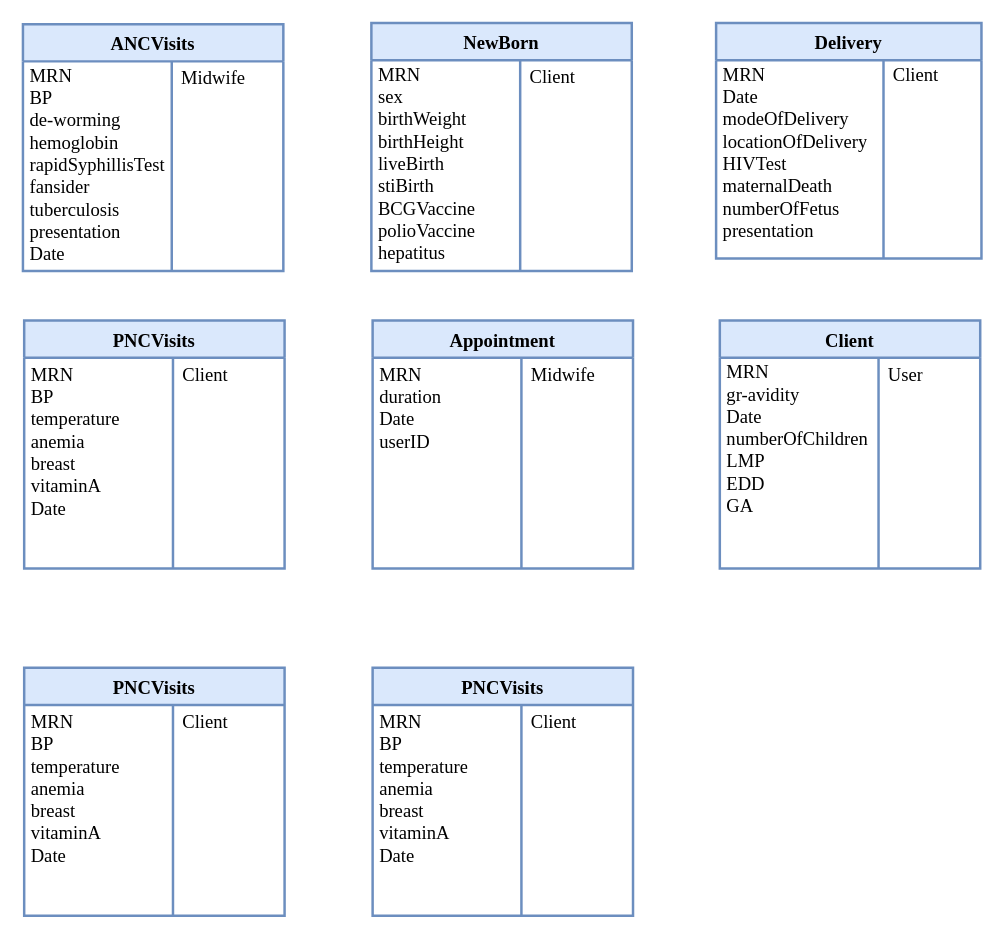
This is CRC Diagram.drawio from fasil712/UML_Diagram_Design, a draw.io file, before an edit. Source tidied: cells renumbered, new cells numbered last; positions are measured from the earlier drawing's top-left corner, leaving out a move shared by most shapes. Both pictures are drawn from the tidied source at 124%, with x=0, y=0 at pixel (22, 22).
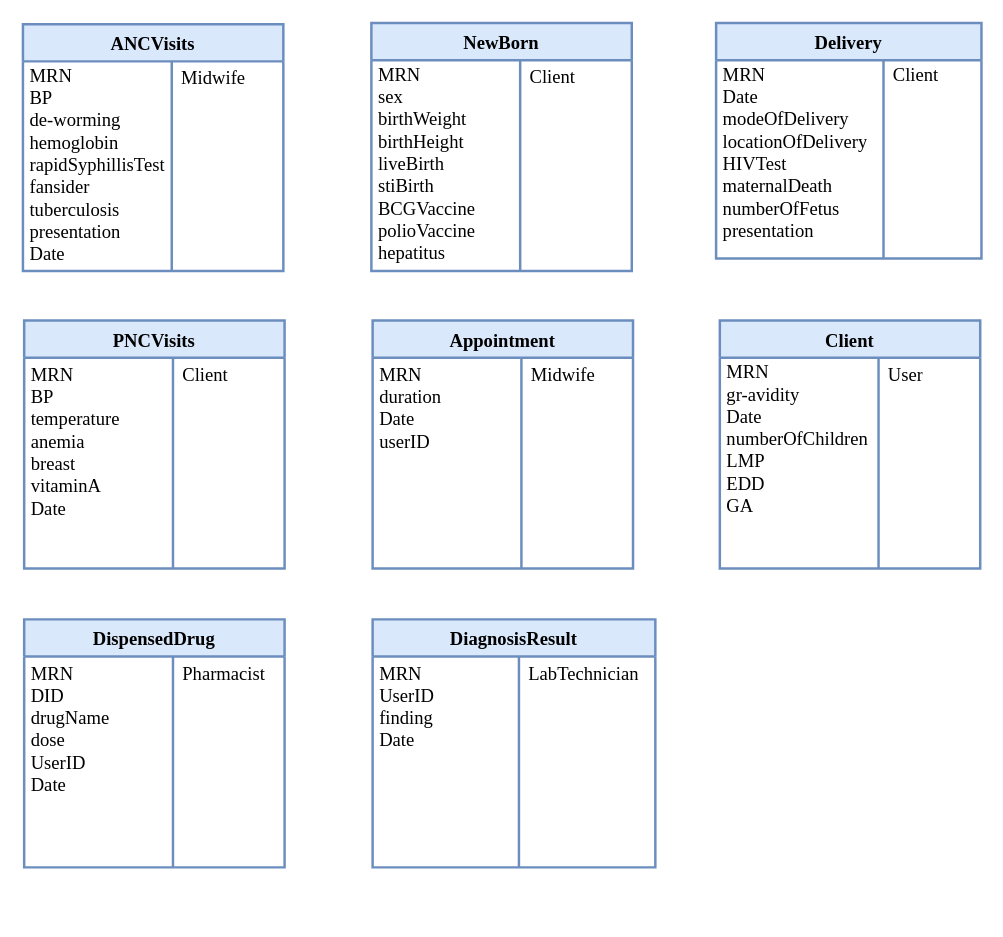
Above is the later version.

The change refers to these unchanged cells:
```xml
<mxCell id="27" style="shape=tableRow;horizontal=0;startSize=0;swimlaneHead=0;swimlaneBody=0;top=0;left=0;bottom=0;right=0;fillColor=none;fontFamily=Times New Roman;fontSize=15;" parent="26" vertex="1">
  <mxGeometry y="30" width="210" height="170" as="geometry" />
</mxCell>
```

The edit, as a diff of the source:
```diff
@@
-    <mxCell id="26" value="PNCVisits" style="shape=table;startSize=30;childLayout=tableLayout;rowLines=0;fontStyle=1;fontFamily=Times New Roman;fontSize=15;fillColor=#dae8fc;strokeColor=#6c8ebf;strokeWidth=2;" parent="1" vertex="1">
-      <mxGeometry x="1" y="520" width="210" height="200" as="geometry" />
+    <mxCell id="26" value="DispensedDrug" style="shape=table;startSize=30;childLayout=tableLayout;rowLines=0;fontStyle=1;fontFamily=Times New Roman;fontSize=15;fillColor=#dae8fc;strokeColor=#6c8ebf;strokeWidth=2;" parent="1" vertex="1">
+      <mxGeometry x="1" y="481" width="210" height="200" as="geometry" />
     </mxCell>
@@
-    <mxCell id="28" value="&lt;div style=&quot;font-size: 15px;&quot; align=&quot;left&quot;&gt;&lt;font style=&quot;font-size: 15px;&quot;&gt;&amp;nbsp;&lt;/font&gt;&lt;font style=&quot;font-size: 15px;&quot;&gt;MRN&lt;/font&gt;&lt;font style=&quot;font-size: 15px;&quot;&gt;&lt;/font&gt;&lt;/div&gt;&lt;div style=&quot;font-size: 15px;&quot; align=&quot;left&quot;&gt;&lt;font style=&quot;font-size: 15px;&quot;&gt;&amp;nbsp;BP&lt;/font&gt;&lt;/div&gt;&lt;div style=&quot;font-size: 15px;&quot; align=&quot;left&quot;&gt;&lt;font style=&quot;font-size: 15px;&quot;&gt;&amp;nbsp;temperature&lt;/font&gt;&lt;/div&gt;&lt;div style=&quot;font-size: 15px;&quot; align=&quot;left&quot;&gt;&lt;font style=&quot;font-size: 15px;&quot;&gt;&amp;nbsp;anemia&lt;/font&gt;&lt;/div&gt;&lt;div style=&quot;font-size: 15px;&quot; align=&quot;left&quot;&gt;&lt;font style=&quot;font-size: 15px;&quot;&gt;&amp;nbsp;breast&lt;/font&gt;&lt;/div&gt;&lt;div style=&quot;font-size: 15px;&quot; align=&quot;left&quot;&gt;&lt;font style=&quot;font-size: 15px;&quot;&gt;&amp;nbsp;vitaminA&lt;br&gt;&lt;/font&gt;&lt;/div&gt;&lt;div style=&quot;font-size: 15px;&quot; align=&quot;left&quot;&gt;&lt;font style=&quot;font-size: 15px;&quot;&gt;&amp;nbsp;Date&lt;/font&gt;&lt;/div&gt;&lt;div style=&quot;font-size: 15px;&quot; align=&quot;left&quot;&gt;&lt;font style=&quot;font-size: 15px;&quot;&gt;&lt;br&gt;&lt;/font&gt;&lt;/div&gt;&lt;div style=&quot;font-size: 15px;&quot; align=&quot;left&quot;&gt;&lt;br style=&quot;font-size: 15px;&quot;&gt;&lt;/div&gt;" style="shape=partialRectangle;html=1;whiteSpace=wrap;fillColor=none;top=0;left=0;bottom=0;right=0;overflow=hidden;align=left;fontFamily=Times New Roman;fontSize=15;" parent="27" vertex="1">
+    <mxCell id="28" value="&lt;div style=&quot;font-size: 15px;&quot; align=&quot;left&quot;&gt;&lt;font style=&quot;font-size: 15px;&quot;&gt;&amp;nbsp;&lt;/font&gt;&lt;font style=&quot;font-size: 15px;&quot;&gt;MRN&lt;/font&gt;&lt;font style=&quot;font-size: 15px;&quot;&gt;&lt;/font&gt;&lt;/div&gt;&lt;div style=&quot;font-size: 15px;&quot; align=&quot;left&quot;&gt;&lt;font style=&quot;font-size: 15px;&quot;&gt;&amp;nbsp;DID&lt;/font&gt;&lt;/div&gt;&lt;div style=&quot;font-size: 15px;&quot; align=&quot;left&quot;&gt;&lt;font style=&quot;font-size: 15px;&quot;&gt;&amp;nbsp;drugName&lt;/font&gt;&lt;/div&gt;&lt;div style=&quot;font-size: 15px;&quot; align=&quot;left&quot;&gt;&lt;font style=&quot;font-size: 15px;&quot;&gt;&amp;nbsp;dose&lt;/font&gt;&lt;/div&gt;&lt;div style=&quot;font-size: 15px;&quot; align=&quot;left&quot;&gt;&lt;font style=&quot;font-size: 15px;&quot;&gt;&amp;nbsp;UserID&lt;/font&gt;&lt;/div&gt;&lt;div style=&quot;font-size: 15px;&quot; align=&quot;left&quot;&gt;&lt;font style=&quot;font-size: 15px;&quot;&gt;&amp;nbsp;Date&lt;/font&gt;&lt;/div&gt;&lt;div style=&quot;font-size: 15px;&quot; align=&quot;left&quot;&gt;&lt;font style=&quot;font-size: 15px;&quot;&gt;&lt;br&gt;&lt;/font&gt;&lt;/div&gt;&lt;div style=&quot;font-size: 15px;&quot; align=&quot;left&quot;&gt;&lt;font style=&quot;font-size: 15px;&quot;&gt;&lt;br&gt;&lt;/font&gt;&lt;/div&gt;&lt;div style=&quot;font-size: 15px;&quot; align=&quot;left&quot;&gt;&lt;br style=&quot;font-size: 15px;&quot;&gt;&lt;/div&gt;" style="shape=partialRectangle;html=1;whiteSpace=wrap;fillColor=none;top=0;left=0;bottom=0;right=0;overflow=hidden;align=left;fontFamily=Times New Roman;fontSize=15;" parent="27" vertex="1">
       <mxGeometry width="120" height="170" as="geometry" />
     </mxCell>
-    <mxCell id="29" value="&lt;div style=&quot;font-size: 15px;&quot;&gt;Client&lt;br&gt;&lt;/div&gt;&lt;div style=&quot;font-size: 15px;&quot;&gt;&lt;br style=&quot;font-size: 15px;&quot;&gt;&lt;/div&gt;&lt;div style=&quot;font-size: 15px;&quot;&gt;&lt;br style=&quot;font-size: 15px;&quot;&gt;&lt;/div&gt;&lt;div style=&quot;font-size: 15px;&quot;&gt;&lt;br style=&quot;font-size: 15px;&quot;&gt;&lt;/div&gt;&lt;div style=&quot;font-size: 15px;&quot;&gt;&lt;br style=&quot;font-size: 15px;&quot;&gt;&lt;/div&gt;&lt;div style=&quot;font-size: 15px;&quot;&gt;&lt;br style=&quot;font-size: 15px;&quot;&gt;&lt;/div&gt;&lt;div style=&quot;font-size: 15px;&quot;&gt;&lt;br style=&quot;font-size: 15px;&quot;&gt;&lt;/div&gt;&lt;div style=&quot;font-size: 15px;&quot;&gt;&lt;br style=&quot;font-size: 15px;&quot;&gt;&lt;/div&gt;&lt;div style=&quot;font-size: 15px;&quot;&gt;&lt;br style=&quot;font-size: 15px;&quot;&gt;&lt;/div&gt;" style="shape=partialRectangle;html=1;whiteSpace=wrap;fillColor=none;top=0;left=0;bottom=0;right=0;align=left;spacingLeft=6;overflow=hidden;fontFamily=Times New Roman;fontSize=15;" parent="27" vertex="1">
+    <mxCell id="29" value="&lt;div style=&quot;font-size: 15px;&quot;&gt;Pharmacist&lt;br&gt;&lt;/div&gt;&lt;div style=&quot;font-size: 15px;&quot;&gt;&lt;br style=&quot;font-size: 15px;&quot;&gt;&lt;/div&gt;&lt;div style=&quot;font-size: 15px;&quot;&gt;&lt;br style=&quot;font-size: 15px;&quot;&gt;&lt;/div&gt;&lt;div style=&quot;font-size: 15px;&quot;&gt;&lt;br style=&quot;font-size: 15px;&quot;&gt;&lt;/div&gt;&lt;div style=&quot;font-size: 15px;&quot;&gt;&lt;br style=&quot;font-size: 15px;&quot;&gt;&lt;/div&gt;&lt;div style=&quot;font-size: 15px;&quot;&gt;&lt;br style=&quot;font-size: 15px;&quot;&gt;&lt;/div&gt;&lt;div style=&quot;font-size: 15px;&quot;&gt;&lt;br style=&quot;font-size: 15px;&quot;&gt;&lt;/div&gt;&lt;div style=&quot;font-size: 15px;&quot;&gt;&lt;br style=&quot;font-size: 15px;&quot;&gt;&lt;/div&gt;&lt;div style=&quot;font-size: 15px;&quot;&gt;&lt;br style=&quot;font-size: 15px;&quot;&gt;&lt;/div&gt;" style="shape=partialRectangle;html=1;whiteSpace=wrap;fillColor=none;top=0;left=0;bottom=0;right=0;align=left;spacingLeft=6;overflow=hidden;fontFamily=Times New Roman;fontSize=15;" parent="27" vertex="1">
       <mxGeometry x="120" width="90" height="170" as="geometry" />
     </mxCell>
-    <mxCell id="30" value="PNCVisits" style="shape=table;startSize=30;childLayout=tableLayout;rowLines=0;fontStyle=1;fontFamily=Times New Roman;fontSize=15;fillColor=#dae8fc;strokeColor=#6c8ebf;strokeWidth=2;" parent="1" vertex="1">
-      <mxGeometry x="282" y="520" width="210" height="200" as="geometry" />
+    <mxCell id="30" value="DiagnosisResult" style="shape=table;startSize=30;childLayout=tableLayout;rowLines=0;fontStyle=1;fontFamily=Times New Roman;fontSize=15;fillColor=#dae8fc;strokeColor=#6c8ebf;strokeWidth=2;" parent="1" vertex="1">
+      <mxGeometry x="282" y="481" width="228" height="200" as="geometry" />
     </mxCell>
     <mxCell id="31" style="shape=tableRow;horizontal=0;startSize=0;swimlaneHead=0;swimlaneBody=0;top=0;left=0;bottom=0;right=0;fillColor=none;fontFamily=Times New Roman;fontSize=15;" parent="30" vertex="1">
-      <mxGeometry y="30" width="210" height="170" as="geometry" />
+      <mxGeometry y="30" width="228" height="170" as="geometry" />
     </mxCell>
-    <mxCell id="32" value="&lt;div style=&quot;font-size: 15px;&quot; align=&quot;left&quot;&gt;&lt;font style=&quot;font-size: 15px;&quot;&gt;&amp;nbsp;&lt;/font&gt;&lt;font style=&quot;font-size: 15px;&quot;&gt;MRN&lt;/font&gt;&lt;font style=&quot;font-size: 15px;&quot;&gt;&lt;/font&gt;&lt;/div&gt;&lt;div style=&quot;font-size: 15px;&quot; align=&quot;left&quot;&gt;&lt;font style=&quot;font-size: 15px;&quot;&gt;&amp;nbsp;BP&lt;/font&gt;&lt;/div&gt;&lt;div style=&quot;font-size: 15px;&quot; align=&quot;left&quot;&gt;&lt;font style=&quot;font-size: 15px;&quot;&gt;&amp;nbsp;temperature&lt;/font&gt;&lt;/div&gt;&lt;div style=&quot;font-size: 15px;&quot; align=&quot;left&quot;&gt;&lt;font style=&quot;font-size: 15px;&quot;&gt;&amp;nbsp;anemia&lt;/font&gt;&lt;/div&gt;&lt;div style=&quot;font-size: 15px;&quot; align=&quot;left&quot;&gt;&lt;font style=&quot;font-size: 15px;&quot;&gt;&amp;nbsp;breast&lt;/font&gt;&lt;/div&gt;&lt;div style=&quot;font-size: 15px;&quot; align=&quot;left&quot;&gt;&lt;font style=&quot;font-size: 15px;&quot;&gt;&amp;nbsp;vitaminA&lt;br&gt;&lt;/font&gt;&lt;/div&gt;&lt;div style=&quot;font-size: 15px;&quot; align=&quot;left&quot;&gt;&lt;font style=&quot;font-size: 15px;&quot;&gt;&amp;nbsp;Date&lt;/font&gt;&lt;/div&gt;&lt;div style=&quot;font-size: 15px;&quot; align=&quot;left&quot;&gt;&lt;font style=&quot;font-size: 15px;&quot;&gt;&lt;br&gt;&lt;/font&gt;&lt;/div&gt;&lt;div style=&quot;font-size: 15px;&quot; align=&quot;left&quot;&gt;&lt;br style=&quot;font-size: 15px;&quot;&gt;&lt;/div&gt;" style="shape=partialRectangle;html=1;whiteSpace=wrap;fillColor=none;top=0;left=0;bottom=0;right=0;overflow=hidden;align=left;fontFamily=Times New Roman;fontSize=15;" parent="31" vertex="1">
-      <mxGeometry width="120" height="170" as="geometry" />
+    <mxCell id="32" value="&lt;div style=&quot;font-size: 15px;&quot; align=&quot;left&quot;&gt;&lt;font style=&quot;font-size: 15px;&quot;&gt;&amp;nbsp;&lt;/font&gt;&lt;font style=&quot;font-size: 15px;&quot;&gt;MRN&lt;/font&gt;&lt;font style=&quot;font-size: 15px;&quot;&gt;&lt;/font&gt;&lt;/div&gt;&lt;div style=&quot;font-size: 15px;&quot; align=&quot;left&quot;&gt;&lt;font style=&quot;font-size: 15px;&quot;&gt;&amp;nbsp;UserID&lt;/font&gt;&lt;/div&gt;&lt;div style=&quot;font-size: 15px;&quot; align=&quot;left&quot;&gt;&lt;font style=&quot;font-size: 15px;&quot;&gt;&amp;nbsp;finding&lt;/font&gt;&lt;/div&gt;&lt;div style=&quot;font-size: 15px;&quot; align=&quot;left&quot;&gt;&lt;font style=&quot;font-size: 15px;&quot;&gt;&amp;nbsp;Date&lt;/font&gt;&lt;/div&gt;&lt;div style=&quot;font-size: 15px;&quot; align=&quot;left&quot;&gt;&lt;font style=&quot;font-size: 15px;&quot;&gt;&lt;br&gt;&lt;/font&gt;&lt;/div&gt;&lt;div style=&quot;font-size: 15px;&quot; align=&quot;left&quot;&gt;&lt;font style=&quot;font-size: 15px;&quot;&gt;&lt;br&gt;&lt;/font&gt;&lt;/div&gt;&lt;div style=&quot;font-size: 15px;&quot; align=&quot;left&quot;&gt;&lt;font style=&quot;font-size: 15px;&quot;&gt;&lt;br&gt;&lt;/font&gt;&lt;/div&gt;&lt;div style=&quot;font-size: 15px;&quot; align=&quot;left&quot;&gt;&lt;font style=&quot;font-size: 15px;&quot;&gt;&lt;br&gt;&lt;/font&gt;&lt;/div&gt;&lt;div style=&quot;font-size: 15px;&quot; align=&quot;left&quot;&gt;&lt;br style=&quot;font-size: 15px;&quot;&gt;&lt;/div&gt;" style="shape=partialRectangle;html=1;whiteSpace=wrap;fillColor=none;top=0;left=0;bottom=0;right=0;overflow=hidden;align=left;fontFamily=Times New Roman;fontSize=15;" parent="31" vertex="1">
+      <mxGeometry width="118" height="170" as="geometry" />
     </mxCell>
-    <mxCell id="33" value="&lt;div style=&quot;font-size: 15px;&quot;&gt;Client&lt;br&gt;&lt;/div&gt;&lt;div style=&quot;font-size: 15px;&quot;&gt;&lt;br style=&quot;font-size: 15px;&quot;&gt;&lt;/div&gt;&lt;div style=&quot;font-size: 15px;&quot;&gt;&lt;br style=&quot;font-size: 15px;&quot;&gt;&lt;/div&gt;&lt;div style=&quot;font-size: 15px;&quot;&gt;&lt;br style=&quot;font-size: 15px;&quot;&gt;&lt;/div&gt;&lt;div style=&quot;font-size: 15px;&quot;&gt;&lt;br style=&quot;font-size: 15px;&quot;&gt;&lt;/div&gt;&lt;div style=&quot;font-size: 15px;&quot;&gt;&lt;br style=&quot;font-size: 15px;&quot;&gt;&lt;/div&gt;&lt;div style=&quot;font-size: 15px;&quot;&gt;&lt;br style=&quot;font-size: 15px;&quot;&gt;&lt;/div&gt;&lt;div style=&quot;font-size: 15px;&quot;&gt;&lt;br style=&quot;font-size: 15px;&quot;&gt;&lt;/div&gt;&lt;div style=&quot;font-size: 15px;&quot;&gt;&lt;br style=&quot;font-size: 15px;&quot;&gt;&lt;/div&gt;" style="shape=partialRectangle;html=1;whiteSpace=wrap;fillColor=none;top=0;left=0;bottom=0;right=0;align=left;spacingLeft=6;overflow=hidden;fontFamily=Times New Roman;fontSize=15;" parent="31" vertex="1">
-      <mxGeometry x="120" width="90" height="170" as="geometry" />
+    <mxCell id="33" value="&lt;div style=&quot;font-size: 15px;&quot;&gt;LabTechnician&lt;br&gt;&lt;/div&gt;&lt;div style=&quot;font-size: 15px;&quot;&gt;&lt;br style=&quot;font-size: 15px;&quot;&gt;&lt;/div&gt;&lt;div style=&quot;font-size: 15px;&quot;&gt;&lt;br style=&quot;font-size: 15px;&quot;&gt;&lt;/div&gt;&lt;div style=&quot;font-size: 15px;&quot;&gt;&lt;br style=&quot;font-size: 15px;&quot;&gt;&lt;/div&gt;&lt;div style=&quot;font-size: 15px;&quot;&gt;&lt;br style=&quot;font-size: 15px;&quot;&gt;&lt;/div&gt;&lt;div style=&quot;font-size: 15px;&quot;&gt;&lt;br style=&quot;font-size: 15px;&quot;&gt;&lt;/div&gt;&lt;div style=&quot;font-size: 15px;&quot;&gt;&lt;br style=&quot;font-size: 15px;&quot;&gt;&lt;/div&gt;&lt;div style=&quot;font-size: 15px;&quot;&gt;&lt;br style=&quot;font-size: 15px;&quot;&gt;&lt;/div&gt;&lt;div style=&quot;font-size: 15px;&quot;&gt;&lt;br style=&quot;font-size: 15px;&quot;&gt;&lt;/div&gt;" style="shape=partialRectangle;html=1;whiteSpace=wrap;fillColor=none;top=0;left=0;bottom=0;right=0;align=left;spacingLeft=6;overflow=hidden;fontFamily=Times New Roman;fontSize=15;" parent="31" vertex="1">
+      <mxGeometry x="118" width="110" height="170" as="geometry" />
     </mxCell>
```
